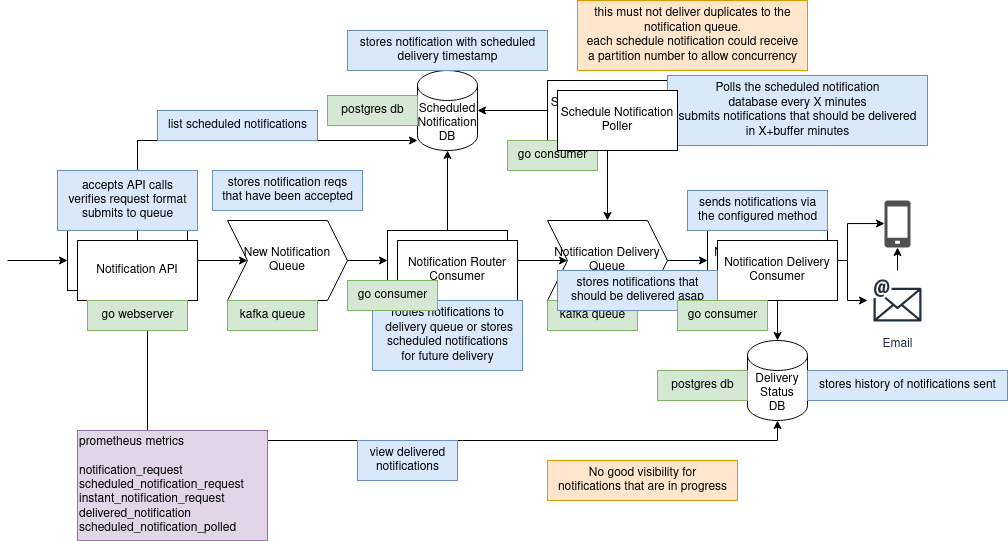
Earlier version of the draw.io export diagram.png (broswen/notifi). Source tidied: cells renumbered, new cells last; positions are measured from the earlier drawing's top-left corner, leaving out a move shared by most shapes.
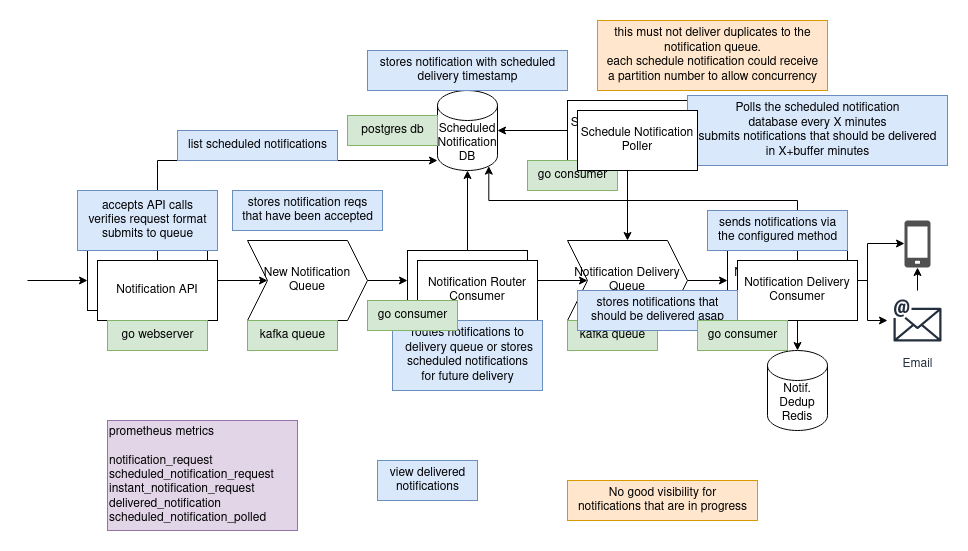
After the change.

Change to the diagram source:
```diff
@@ -69,10 +69,15 @@
     <mxCell id="21" value="Email" style="sketch=0;outlineConnect=0;fontColor=#232F3E;gradientColor=none;strokeColor=#232F3E;fillColor=none;dashed=0;verticalLabelPosition=bottom;verticalAlign=top;align=center;html=1;fontSize=12;fontStyle=0;shape=mxgraph.aws4.resourceIcon;resIcon=mxgraph.aws4.email;" parent="1" vertex="1">
       <mxGeometry x="860" y="270" width="60" height="60" as="geometry" />
     </mxCell>
-    <mxCell id="22" value="&lt;div&gt;Delivery Status&lt;/div&gt;&lt;div&gt;DB&lt;br&gt;&lt;/div&gt;" style="shape=cylinder3;whiteSpace=wrap;html=1;boundedLbl=1;backgroundOutline=1;size=15;" parent="1" vertex="1">
-      <mxGeometry x="740" y="340" width="60" height="80" as="geometry" />
+    <mxCell id="22" style="edgeStyle=orthogonalEdgeStyle;rounded=0;jettySize=auto;html=1;entryX=0.855;entryY=1;entryDx=0;entryDy=-4.35;entryPerimeter=0;" parent="1" edge="1" source="24" target="2">
+      <mxGeometry relative="1" as="geometry">
+        <Array as="points">
+          <mxPoint x="770" y="180" />
+          <mxPoint x="461" y="180" />
+        </Array>
+      </mxGeometry>
     </mxCell>
-    <mxCell id="23" style="edgeStyle=orthogonalEdgeStyle;rounded=0;jettySize=auto;html=1;" parent="1" edge="1" source="24" target="22">
+    <mxCell id="23" style="edgeStyle=orthogonalEdgeStyle;rounded=0;jettySize=auto;html=1;" parent="1" edge="1" source="24" target="48">
       <mxGeometry relative="1" as="geometry" />
     </mxCell>
     <mxCell id="24" value="&lt;div&gt;Notification Delivery&lt;/div&gt;&lt;div&gt;Consumer&lt;br&gt;&lt;/div&gt;" style="rounded=0;whiteSpace=wrap;html=1;" parent="1" vertex="1">
@@ -81,90 +86,79 @@
     <mxCell id="25" value="&lt;div&gt;Notification Router&lt;/div&gt;&lt;div&gt;Consumer&lt;br&gt;&lt;/div&gt;" style="rounded=0;whiteSpace=wrap;html=1;" parent="1" vertex="1">
       <mxGeometry x="390" y="240" width="120" height="60" as="geometry" />
     </mxCell>
-    <mxCell id="26" style="edgeStyle=orthogonalEdgeStyle;rounded=0;jettySize=auto;html=1;entryX=0.5;entryY=1;entryDx=0;entryDy=0;entryPerimeter=0;" parent="1" edge="1" source="28" target="22">
+    <mxCell id="26" style="edgeStyle=orthogonalEdgeStyle;rounded=0;jettySize=auto;html=1;" parent="1" edge="1" source="27">
       <mxGeometry relative="1" as="geometry">
+        <mxPoint x="410" y="140" as="targetPoint" />
         <Array as="points">
-          <mxPoint x="140" y="440" />
-          <mxPoint x="770" y="440" />
+          <mxPoint x="130" y="140" />
         </Array>
       </mxGeometry>
     </mxCell>
-    <mxCell id="27" style="edgeStyle=orthogonalEdgeStyle;rounded=0;jettySize=auto;html=1;" parent="1" edge="1" source="28">
-      <mxGeometry relative="1" as="geometry">
-        <mxPoint x="410" y="140" as="targetPoint" />
-        <Array as="points">
-          <mxPoint x="130" y="140" />
-        </Array>
-      </mxGeometry>
+    <mxCell id="27" value="Notification API" style="rounded=0;whiteSpace=wrap;html=1;" parent="1" vertex="1">
+      <mxGeometry x="70" y="240" width="120" height="60" as="geometry" />
     </mxCell>
-    <mxCell id="28" value="Notification API" style="rounded=0;whiteSpace=wrap;html=1;" parent="1" vertex="1">
-      <mxGeometry x="70" y="240" width="120" height="60" as="geometry" />
+    <mxCell id="28" value="&lt;div&gt;accepts API calls&lt;/div&gt;&lt;div&gt;verifies request format&lt;/div&gt;&lt;div&gt;submits to queue&lt;br&gt;&lt;/div&gt;" style="text;html=1;align=center;verticalAlign=middle;points=[];strokeColor=#6c8ebf;fillColor=#dae8fc;" parent="1" vertex="1">
+      <mxGeometry x="50" y="170" width="140" height="60" as="geometry" />
     </mxCell>
-    <mxCell id="29" value="&lt;div&gt;accepts API calls&lt;/div&gt;&lt;div&gt;verifies request format&lt;/div&gt;&lt;div&gt;submits to queue&lt;br&gt;&lt;/div&gt;" style="text;html=1;align=center;verticalAlign=middle;strokeColor=#6c8ebf;fillColor=#dae8fc;" parent="1" vertex="1">
-      <mxGeometry x="50" y="170" width="140" height="60" as="geometry" />
+    <mxCell id="29" value="&lt;div&gt;stores notification reqs&lt;br&gt;&lt;/div&gt;&lt;div&gt;that have been accepted&lt;br&gt;&lt;/div&gt;" style="text;html=1;align=center;verticalAlign=middle;strokeColor=#6c8ebf;fillColor=#dae8fc;" parent="1" vertex="1">
+      <mxGeometry x="205" y="170" width="150" height="40" as="geometry" />
     </mxCell>
-    <mxCell id="30" value="&lt;div&gt;stores notification reqs&lt;br&gt;&lt;/div&gt;&lt;div&gt;that have been accepted&lt;br&gt;&lt;/div&gt;" style="text;html=1;align=center;verticalAlign=middle;strokeColor=#6c8ebf;fillColor=#dae8fc;" parent="1" vertex="1">
-      <mxGeometry x="205" y="170" width="150" height="40" as="geometry" />
+    <mxCell id="30" value="&lt;div&gt;routes notifications to&lt;br&gt;&lt;/div&gt;&lt;div&gt;&amp;nbsp;delivery queue or stores &lt;/div&gt;&lt;div&gt; scheduled notifications&lt;/div&gt;&lt;div&gt;for future delivery&lt;br&gt;&lt;/div&gt;" style="text;html=1;align=center;verticalAlign=middle;strokeColor=#6c8ebf;fillColor=#dae8fc;" parent="1" vertex="1">
+      <mxGeometry x="365" y="300" width="150" height="70" as="geometry" />
     </mxCell>
-    <mxCell id="31" value="&lt;div&gt;routes notifications to&lt;br&gt;&lt;/div&gt;&lt;div&gt;&amp;nbsp;delivery queue or stores &lt;/div&gt;&lt;div&gt; scheduled notifications&lt;/div&gt;&lt;div&gt;for future delivery&lt;br&gt;&lt;/div&gt;" style="text;html=1;align=center;verticalAlign=middle;strokeColor=#6c8ebf;fillColor=#dae8fc;" parent="1" vertex="1">
-      <mxGeometry x="365" y="300" width="150" height="70" as="geometry" />
+    <mxCell id="31" value="&lt;div&gt;stores notification with scheduled&lt;/div&gt;&lt;div&gt;delivery timestamp&lt;br&gt;&lt;/div&gt;" style="text;html=1;align=center;verticalAlign=middle;strokeColor=#6c8ebf;fillColor=#dae8fc;" parent="1" vertex="1">
+      <mxGeometry x="340" y="30" width="200" height="40" as="geometry" />
     </mxCell>
-    <mxCell id="32" value="&lt;div&gt;stores notification with scheduled&lt;/div&gt;&lt;div&gt;delivery timestamp&lt;br&gt;&lt;/div&gt;" style="text;html=1;align=center;verticalAlign=middle;strokeColor=#6c8ebf;fillColor=#dae8fc;" parent="1" vertex="1">
-      <mxGeometry x="340" y="30" width="200" height="40" as="geometry" />
+    <mxCell id="32" value="&lt;div&gt;Polls the scheduled notification&lt;/div&gt;&lt;div&gt;database every X minutes&lt;/div&gt;&lt;div&gt;submits notifications that should be delivered&lt;/div&gt;&lt;div&gt;in X+buffer minutes&lt;br&gt;&lt;/div&gt;" style="text;html=1;align=center;verticalAlign=middle;strokeColor=#6c8ebf;fillColor=#dae8fc;" parent="1" vertex="1">
+      <mxGeometry x="660" y="75" width="260" height="70" as="geometry" />
     </mxCell>
-    <mxCell id="33" value="&lt;div&gt;Polls the scheduled notification&lt;/div&gt;&lt;div&gt;database every X minutes&lt;/div&gt;&lt;div&gt;submits notifications that should be delivered&lt;/div&gt;&lt;div&gt;in X+buffer minutes&lt;br&gt;&lt;/div&gt;" style="text;html=1;align=center;verticalAlign=middle;strokeColor=#6c8ebf;fillColor=#dae8fc;" parent="1" vertex="1">
-      <mxGeometry x="660" y="75" width="260" height="70" as="geometry" />
+    <mxCell id="33" value="&lt;div&gt;sends notifications via&lt;/div&gt;&lt;div&gt;the configured method&lt;br&gt;&lt;/div&gt;" style="text;html=1;align=center;verticalAlign=middle;strokeColor=#6c8ebf;fillColor=#dae8fc;" parent="1" vertex="1">
+      <mxGeometry x="680" y="190" width="140" height="40" as="geometry" />
     </mxCell>
-    <mxCell id="34" value="&lt;div&gt;sends notifications via&lt;/div&gt;&lt;div&gt;the configured method&lt;br&gt;&lt;/div&gt;" style="text;html=1;align=center;verticalAlign=middle;strokeColor=#6c8ebf;fillColor=#dae8fc;" parent="1" vertex="1">
-      <mxGeometry x="680" y="190" width="140" height="40" as="geometry" />
+    <mxCell id="34" value="&lt;div&gt;this must not deliver duplicates to the&lt;/div&gt;&lt;div&gt;notification queue.&lt;/div&gt;&lt;div&gt;each schedule notification could receive&lt;/div&gt;&lt;div&gt;a partition number to allow concurrency&lt;br&gt;&lt;/div&gt;" style="text;html=1;align=center;verticalAlign=middle;strokeColor=#d79b00;fillColor=#ffe6cc;" parent="1" vertex="1">
+      <mxGeometry x="570" width="230" height="70" as="geometry" />
     </mxCell>
-    <mxCell id="35" value="&lt;div&gt;stores history of notifications sent&lt;/div&gt;" style="text;html=1;align=center;verticalAlign=middle;strokeColor=#6c8ebf;fillColor=#dae8fc;" parent="1" vertex="1">
-      <mxGeometry x="800" y="370" width="200" height="30" as="geometry" />
+    <mxCell id="35" value="go webserver" style="text;html=1;align=center;verticalAlign=middle;strokeColor=#82b366;fillColor=#d5e8d4;" parent="1" vertex="1">
+      <mxGeometry x="80" y="300" width="100" height="30" as="geometry" />
     </mxCell>
-    <mxCell id="36" value="&lt;div&gt;this must not deliver duplicates to the&lt;/div&gt;&lt;div&gt;notification queue.&lt;/div&gt;&lt;div&gt;each schedule notification could receive&lt;/div&gt;&lt;div&gt;a partition number to allow concurrency&lt;br&gt;&lt;/div&gt;" style="text;html=1;align=center;verticalAlign=middle;strokeColor=#d79b00;fillColor=#ffe6cc;" parent="1" vertex="1">
-      <mxGeometry x="570" width="230" height="70" as="geometry" />
+    <mxCell id="36" value="kafka queue" style="text;html=1;align=center;verticalAlign=middle;strokeColor=#82b366;fillColor=#d5e8d4;" parent="1" vertex="1">
+      <mxGeometry x="220" y="300" width="90" height="30" as="geometry" />
     </mxCell>
-    <mxCell id="37" value="go webserver" style="text;html=1;align=center;verticalAlign=middle;strokeColor=#82b366;fillColor=#d5e8d4;" parent="1" vertex="1">
-      <mxGeometry x="80" y="300" width="100" height="30" as="geometry" />
+    <mxCell id="37" value="kafka queue" style="text;html=1;align=center;verticalAlign=middle;strokeColor=#82b366;fillColor=#d5e8d4;" parent="1" vertex="1">
+      <mxGeometry x="540" y="300" width="90" height="30" as="geometry" />
     </mxCell>
-    <mxCell id="38" value="kafka queue" style="text;html=1;align=center;verticalAlign=middle;strokeColor=#82b366;fillColor=#d5e8d4;" parent="1" vertex="1">
-      <mxGeometry x="220" y="300" width="90" height="30" as="geometry" />
+    <mxCell id="38" value="&lt;div&gt;stores notifications that&lt;/div&gt;&lt;div&gt;should be delivered asap&lt;br&gt;&lt;/div&gt;" style="text;html=1;align=center;verticalAlign=middle;strokeColor=#6c8ebf;fillColor=#dae8fc;" parent="1" vertex="1">
+      <mxGeometry x="550" y="270" width="160" height="40" as="geometry" />
     </mxCell>
-    <mxCell id="39" value="kafka queue" style="text;html=1;align=center;verticalAlign=middle;strokeColor=#82b366;fillColor=#d5e8d4;" parent="1" vertex="1">
-      <mxGeometry x="540" y="300" width="90" height="30" as="geometry" />
+    <mxCell id="39" value="postgres db" style="text;html=1;align=center;verticalAlign=middle;strokeColor=#82b366;fillColor=#d5e8d4;" parent="1" vertex="1">
+      <mxGeometry x="320" y="95" width="90" height="30" as="geometry" />
     </mxCell>
-    <mxCell id="40" value="&lt;div&gt;stores notifications that&lt;/div&gt;&lt;div&gt;should be delivered asap&lt;br&gt;&lt;/div&gt;" style="text;html=1;align=center;verticalAlign=middle;strokeColor=#6c8ebf;fillColor=#dae8fc;" parent="1" vertex="1">
-      <mxGeometry x="550" y="270" width="160" height="40" as="geometry" />
+    <mxCell id="40" value="go consumer" style="text;html=1;align=center;verticalAlign=middle;strokeColor=#82b366;fillColor=#d5e8d4;" parent="1" vertex="1">
+      <mxGeometry x="340" y="280" width="90" height="30" as="geometry" />
     </mxCell>
-    <mxCell id="41" value="postgres db" style="text;html=1;align=center;verticalAlign=middle;strokeColor=#82b366;fillColor=#d5e8d4;" parent="1" vertex="1">
-      <mxGeometry x="650" y="370" width="90" height="30" as="geometry" />
+    <mxCell id="41" value="go consumer" style="text;html=1;align=center;verticalAlign=middle;strokeColor=#82b366;fillColor=#d5e8d4;" parent="1" vertex="1">
+      <mxGeometry x="670" y="300" width="90" height="30" as="geometry" />
     </mxCell>
-    <mxCell id="42" value="postgres db" style="text;html=1;align=center;verticalAlign=middle;strokeColor=#82b366;fillColor=#d5e8d4;" parent="1" vertex="1">
-      <mxGeometry x="320" y="95" width="90" height="30" as="geometry" />
+    <mxCell id="42" value="go consumer" style="text;html=1;align=center;verticalAlign=middle;strokeColor=#82b366;fillColor=#d5e8d4;" parent="1" vertex="1">
+      <mxGeometry x="500" y="140" width="90" height="30" as="geometry" />
     </mxCell>
-    <mxCell id="43" value="go consumer" style="text;html=1;align=center;verticalAlign=middle;strokeColor=#82b366;fillColor=#d5e8d4;" parent="1" vertex="1">
-      <mxGeometry x="340" y="280" width="90" height="30" as="geometry" />
+    <mxCell id="43" value="&lt;div&gt;view delivered&lt;/div&gt;&lt;div&gt;notifications&lt;br&gt;&lt;/div&gt;" style="text;html=1;align=center;verticalAlign=middle;strokeColor=#6c8ebf;fillColor=#dae8fc;" parent="1" vertex="1">
+      <mxGeometry x="350" y="440" width="100" height="40" as="geometry" />
     </mxCell>
-    <mxCell id="44" value="go consumer" style="text;html=1;align=center;verticalAlign=middle;strokeColor=#82b366;fillColor=#d5e8d4;" parent="1" vertex="1">
-      <mxGeometry x="670" y="300" width="90" height="30" as="geometry" />
+    <mxCell id="44" value="list scheduled notifications" style="text;html=1;align=center;verticalAlign=middle;strokeColor=#6c8ebf;fillColor=#dae8fc;" parent="1" vertex="1">
+      <mxGeometry x="150" y="110" width="160" height="30" as="geometry" />
     </mxCell>
-    <mxCell id="45" value="go consumer" style="text;html=1;align=center;verticalAlign=middle;strokeColor=#82b366;fillColor=#d5e8d4;" parent="1" vertex="1">
-      <mxGeometry x="500" y="140" width="90" height="30" as="geometry" />
+    <mxCell id="45" value="&lt;div&gt;No good visibility for&lt;/div&gt;&lt;div&gt; notifications that are in progress&lt;/div&gt;" style="text;html=1;align=center;verticalAlign=middle;strokeColor=#d79b00;fillColor=#ffe6cc;" parent="1" vertex="1">
+      <mxGeometry x="540" y="460" width="190" height="40" as="geometry" />
     </mxCell>
-    <mxCell id="46" value="&lt;div&gt;view delivered&lt;/div&gt;&lt;div&gt;notifications&lt;br&gt;&lt;/div&gt;" style="text;html=1;align=center;verticalAlign=middle;strokeColor=#6c8ebf;fillColor=#dae8fc;" parent="1" vertex="1">
-      <mxGeometry x="350" y="440" width="100" height="40" as="geometry" />
+    <mxCell id="46" value="&lt;div&gt;prometheus metrics&lt;/div&gt;&lt;div&gt;&lt;br&gt;&lt;/div&gt;&lt;div&gt;notification_request&lt;/div&gt;&lt;div&gt;scheduled_notification_request&lt;/div&gt;&lt;div&gt;instant_notification_request&lt;/div&gt;&lt;div&gt;delivered_notification&lt;/div&gt;&lt;div&gt;scheduled_notification_polled&lt;br&gt;&lt;/div&gt;" style="text;html=1;align=left;verticalAlign=middle;strokeColor=#9673a6;fillColor=#e1d5e7;" parent="1" vertex="1">
+      <mxGeometry x="80" y="400" width="190" height="110" as="geometry" />
     </mxCell>
-    <mxCell id="47" value="list scheduled notifications" style="text;html=1;align=center;verticalAlign=middle;strokeColor=#6c8ebf;fillColor=#dae8fc;" parent="1" vertex="1">
-      <mxGeometry x="150" y="110" width="160" height="30" as="geometry" />
+    <mxCell id="47" value="&lt;div&gt;Schedule Notification&lt;/div&gt;&lt;div&gt;Poller&lt;br&gt;&lt;/div&gt;" style="rounded=0;whiteSpace=wrap;html=1;" parent="1" vertex="1">
+      <mxGeometry x="550" y="90" width="120" height="60" as="geometry" />
     </mxCell>
-    <mxCell id="48" value="&lt;div&gt;No good visibility for&lt;/div&gt;&lt;div&gt; notifications that are in progress&lt;/div&gt;" style="text;html=1;align=center;verticalAlign=middle;points=[];strokeColor=#d79b00;fillColor=#ffe6cc;" parent="1" vertex="1">
-      <mxGeometry x="540" y="460" width="190" height="40" as="geometry" />
+    <mxCell id="48" value="&lt;div&gt;Notif.&lt;br&gt;&lt;/div&gt;&lt;div&gt;Dedup&lt;br&gt;&lt;/div&gt;&lt;div&gt;Redis&lt;/div&gt;" style="shape=cylinder3;whiteSpace=wrap;html=1;boundedLbl=1;backgroundOutline=1;size=15;" parent="1" vertex="1">
+      <mxGeometry x="740" y="330" width="60" height="80" as="geometry" />
     </mxCell>
-    <mxCell id="49" value="&lt;div&gt;prometheus metrics&lt;/div&gt;&lt;div&gt;&lt;br&gt;&lt;/div&gt;&lt;div&gt;notification_request&lt;/div&gt;&lt;div&gt;scheduled_notification_request&lt;/div&gt;&lt;div&gt;instant_notification_request&lt;/div&gt;&lt;div&gt;delivered_notification&lt;/div&gt;&lt;div&gt;scheduled_notification_polled&lt;br&gt;&lt;/div&gt;" style="text;html=1;align=left;verticalAlign=middle;strokeColor=#9673a6;fillColor=#e1d5e7;" parent="1" vertex="1">
-      <mxGeometry x="70" y="430" width="190" height="110" as="geometry" />
-    </mxCell>
-    <mxCell id="50" value="&lt;div&gt;Schedule Notification&lt;/div&gt;&lt;div&gt;Poller&lt;br&gt;&lt;/div&gt;" style="rounded=0;whiteSpace=wrap;html=1;" parent="1" vertex="1">
-      <mxGeometry x="550" y="90" width="120" height="60" as="geometry" />
-    </mxCell>
   </root>
 </mxGraphModel>
```
